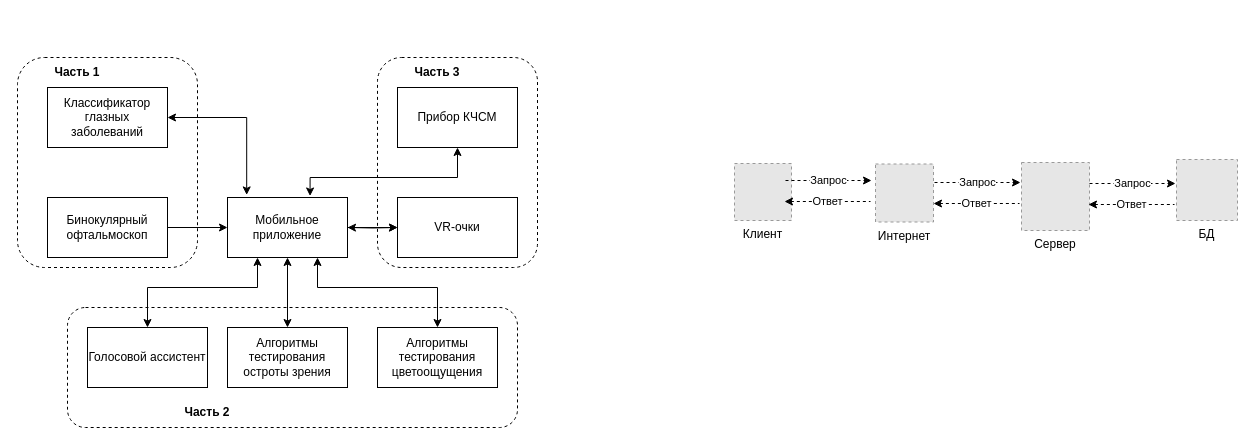
Above: Статья им Арменского.drawio in SvetlanaCH01/- (draw.io), before the change. Source tidied: cells renumbered, new cells numbered last; positions are measured from the earlier drawing's top-left corner, leaving out a move shared by most shapes. Both pictures are drawn from the tidied source at 100%, with x=0, y=0 at pixel (17, 57). Pictures stored in the file or linked from it are replaced by grey dashed boxes.
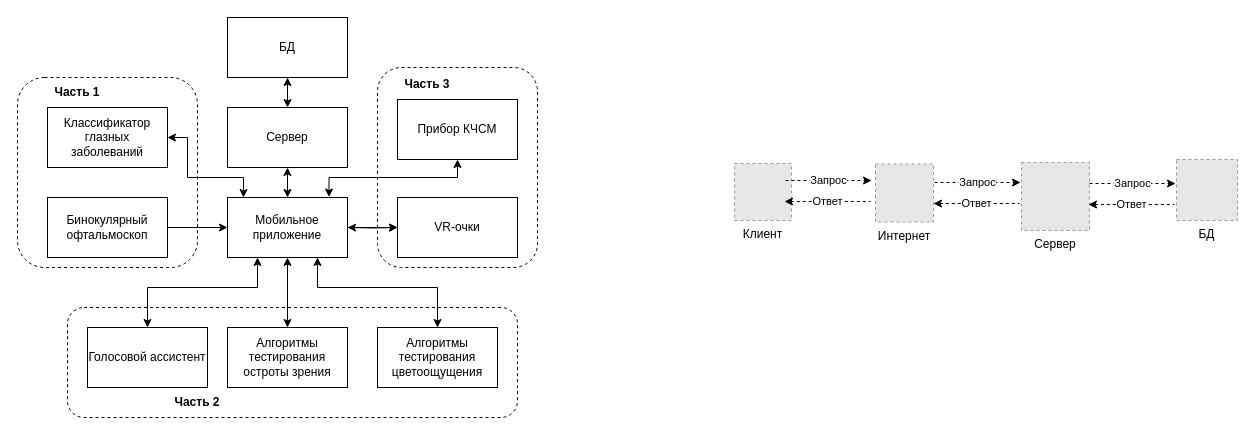
Above is the later version.

The change refers to these unchanged cells:
```xml
<mxCell id="6" value="Мобильное приложение" style="rounded=0;whiteSpace=wrap;html=1;" parent="1" vertex="1">
  <mxGeometry x="210" y="140" width="120" height="60" as="geometry" />
</mxCell>
```

Change to the diagram source:
```diff
@@
+    <mxCell id="20" style="rounded=1;whiteSpace=wrap;html=1;fillColor=none;dashed=1;" parent="1" vertex="1">
+      <mxGeometry x="360" y="10" width="160" height="200" as="geometry" />
+    </mxCell>
     <mxCell id="2" style="rounded=1;whiteSpace=wrap;html=1;fillColor=none;dashed=1;" parent="1" vertex="1">
-      <mxGeometry x="50" y="250" width="450" height="120" as="geometry" />
+      <mxGeometry x="50" y="250" width="450" height="110" as="geometry" />
     </mxCell>
     <mxCell id="3" style="rounded=1;whiteSpace=wrap;html=1;fillColor=none;dashed=1;" parent="1" vertex="1">
-      <mxGeometry width="180" height="210" as="geometry" />
+      <mxGeometry y="20" width="180" height="190" as="geometry" />
     </mxCell>
@@
     <mxCell id="7" value="Классификатор глазных заболеваний" style="rounded=0;whiteSpace=wrap;html=1;" parent="1" vertex="1">
-      <mxGeometry x="30" y="30" width="120" height="60" as="geometry" />
+      <mxGeometry x="30" y="50" width="120" height="60" as="geometry" />
     </mxCell>
@@
     <mxCell id="10" value="Прибор КЧСМ" style="rounded=0;whiteSpace=wrap;html=1;" parent="1" vertex="1">
-      <mxGeometry x="380" y="30" width="120" height="60" as="geometry" />
+      <mxGeometry x="380" y="42" width="120" height="60" as="geometry" />
     </mxCell>
@@
-    <mxCell id="14" style="endArrow=classic;startArrow=classic;html=1;rounded=0;exitX=1;exitY=0.5;exitDx=0;exitDy=0;entryX=0.16;entryY=-0.043;entryDx=0;entryDy=0;entryPerimeter=0;edgeStyle=orthogonalEdgeStyle;" parent="1" edge="1" source="7" target="6">
-      <mxGeometry relative="1" as="geometry" />
-    </mxCell>
@@
-    <mxCell id="19" style="endArrow=classic;startArrow=classic;html=1;rounded=0;entryX=0.5;entryY=1;entryDx=0;entryDy=0;edgeStyle=orthogonalEdgeStyle;exitX=0.688;exitY=-0.025;exitDx=0;exitDy=0;exitPerimeter=0;" parent="1" edge="1" source="6" target="10">
+    <mxCell id="19" style="endArrow=classic;startArrow=classic;html=1;rounded=0;entryX=0.5;entryY=1;entryDx=0;entryDy=0;edgeStyle=orthogonalEdgeStyle;exitX=0.846;exitY=-0.008;exitDx=0;exitDy=0;exitPerimeter=0;" parent="1" edge="1" source="6" target="10">
       <mxGeometry relative="1" as="geometry">
         <Array as="points">
-          <mxPoint x="293" y="120" />
+          <mxPoint x="312" y="120" />
           <mxPoint x="440" y="120" />
         </Array>
       </mxGeometry>
     </mxCell>
-    <mxCell id="20" style="rounded=1;whiteSpace=wrap;html=1;fillColor=none;dashed=1;" parent="1" vertex="1">
-      <mxGeometry x="360" width="160" height="210" as="geometry" />
-    </mxCell>
     <mxCell id="21" value="Часть 3" style="text;html=1;strokeColor=none;fillColor=none;align=center;verticalAlign=middle;whiteSpace=wrap;rounded=0;fontStyle=1;" parent="1" vertex="1">
-      <mxGeometry x="390" width="60" height="30" as="geometry" />
+      <mxGeometry x="380" y="12" width="60" height="30" as="geometry" />
     </mxCell>
     <mxCell id="22" value="Часть 2" style="text;html=1;strokeColor=none;fillColor=none;align=center;verticalAlign=middle;whiteSpace=wrap;rounded=0;fontStyle=1;" parent="1" vertex="1">
-      <mxGeometry x="160" y="340" width="60" height="30" as="geometry" />
+      <mxGeometry x="150" y="330" width="60" height="30" as="geometry" />
     </mxCell>
     <mxCell id="23" value="Часть 1" style="text;html=1;strokeColor=none;fillColor=none;align=center;verticalAlign=middle;whiteSpace=wrap;rounded=0;fontStyle=1;" parent="1" vertex="1">
-      <mxGeometry x="30" width="60" height="30" as="geometry" />
+      <mxGeometry x="30" y="20" width="60" height="30" as="geometry" />
     </mxCell>
@@
+    <mxCell id="37" value="Сервер" style="rounded=0;whiteSpace=wrap;html=1;" parent="1" vertex="1">
+      <mxGeometry x="210" y="50" width="120" height="60" as="geometry" />
+    </mxCell>
+    <mxCell id="38" value="БД" style="rounded=0;whiteSpace=wrap;html=1;" parent="1" vertex="1">
+      <mxGeometry x="210" y="-40" width="120" height="60" as="geometry" />
+    </mxCell>
+    <mxCell id="39" style="endArrow=classic;startArrow=classic;html=1;rounded=0;exitX=0.5;exitY=0;exitDx=0;exitDy=0;entryX=0.5;entryY=1;entryDx=0;entryDy=0;" parent="1" edge="1" source="6" target="37">
+      <mxGeometry relative="1" as="geometry" />
+    </mxCell>
+    <mxCell id="40" style="endArrow=classic;startArrow=classic;html=1;rounded=0;edgeStyle=orthogonalEdgeStyle;entryX=1;entryY=0.5;entryDx=0;entryDy=0;" parent="1" edge="1" target="7">
+      <mxGeometry relative="1" as="geometry">
+        <mxPoint x="226" y="140" as="sourcePoint" />
+        <Array as="points">
+          <mxPoint x="226" y="120" />
+          <mxPoint x="170" y="120" />
+          <mxPoint x="170" y="80" />
+        </Array>
+      </mxGeometry>
+    </mxCell>
+    <mxCell id="41" style="endArrow=classic;startArrow=classic;html=1;rounded=0;exitX=0.5;exitY=0;exitDx=0;exitDy=0;" parent="1" edge="1" source="37" target="38">
+      <mxGeometry relative="1" as="geometry" />
+    </mxCell>
```
